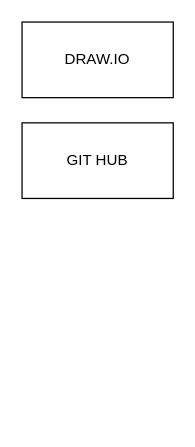
Earlier version of the draw.io diagram page "OUTILS SOFT" (6 of 6) of RATTRAPAGE-DOC.drawio (EPSAA-CREATIVE/POST-DIPLOME). Source tidied: cells renumbered, new cells numbered last; positions are measured from the earlier drawing's top-left corner, leaving out a move shared by most shapes. Both pictures are drawn from the tidied source at 126%, with x=0, y=0 at pixel (21, 21).
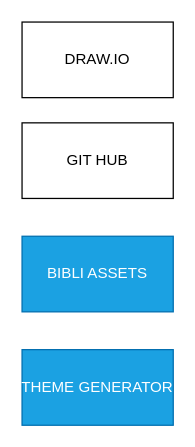
The same page after the edit.

Change to the diagram source:
```diff
@@
 <mxGraphModel>
   <root>
     <mxCell id="0" />
     <mxCell id="1" parent="0" />
     <mxCell id="2" value="DRAW.IO" style="rounded=0;whiteSpace=wrap;html=1;" parent="1" vertex="1">
       <mxGeometry width="120" height="60" as="geometry" />
     </mxCell>
     <mxCell id="3" value="GIT HUB" style="rounded=0;whiteSpace=wrap;html=1;" parent="1" vertex="1">
       <mxGeometry y="80" width="120" height="60" as="geometry" />
     </mxCell>
+    <mxCell id="4" value="&lt;span style=&quot;text-wrap: nowrap;&quot;&gt;BIBLI ASSETS&lt;/span&gt;" style="rounded=0;whiteSpace=wrap;html=1;fillColor=#1ba1e2;fontColor=#ffffff;strokeColor=#006EAF;" parent="1" vertex="1">
+      <mxGeometry y="170" width="120" height="60" as="geometry" />
+    </mxCell>
+    <mxCell id="5" value="&lt;span style=&quot;text-wrap: nowrap;&quot;&gt;THEME GENERATOR&lt;/span&gt;" style="rounded=0;whiteSpace=wrap;html=1;fillColor=#1ba1e2;fontColor=#ffffff;strokeColor=#006EAF;" parent="1" vertex="1">
+      <mxGeometry y="260" width="120" height="60" as="geometry" />
+    </mxCell>
   </root>
 </mxGraphModel>
```
